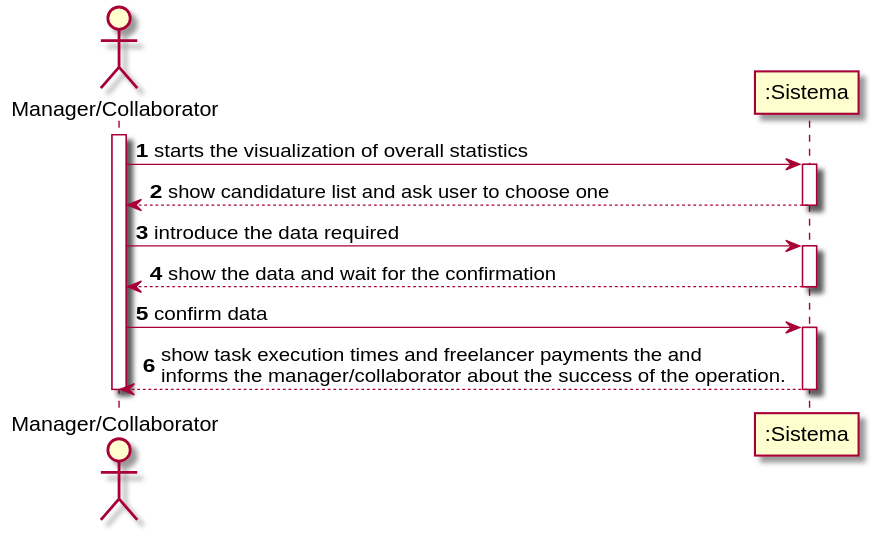
Before: docs/UC8 - Check Overall Statistics/UC8_SSD.svg, a diagram exported from PlantUML (1190452/LAPR2). Its diagram source:
```plantuml
@startuml
autonumber
actor "Manager/Collaborator" as MCO

participant ":Sistema" as SIST

activate MCO
MCO -> SIST : starts the visualization of overall statistics
activate SIST
SIST --> MCO : show candidature list and ask user to choose one
deactivate SIST

MCO -> SIST : introduce the data required
activate SIST
SIST --> MCO : show the data and wait for the confirmation
deactivate SIST

MCO -> SIST : confirm data
activate SIST
SIST --> MCO : show task execution times and freelancer payments the and \ninforms the manager/collaborator about the success of the operation.
deactivate SIST

deactivate MCO
@enduml
```
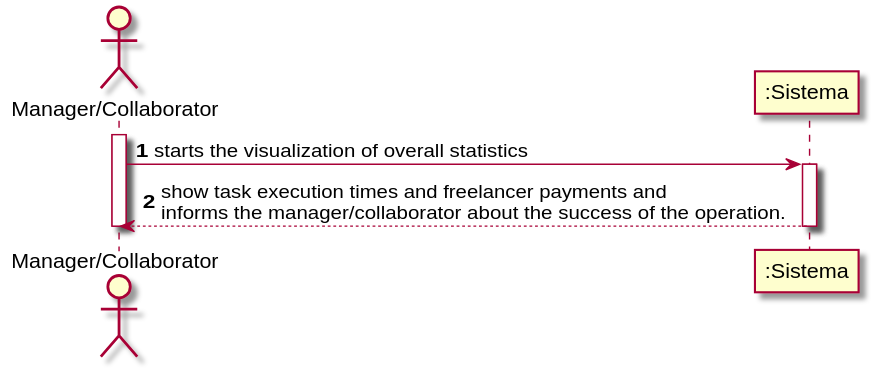
After the commit.

The edit, as a diff of the source:
```diff
@@ -6,18 +6,9 @@
 
 activate MCO
 MCO -> SIST : starts the visualization of overall statistics
+
 activate SIST
-SIST --> MCO : show candidature list and ask user to choose one
-deactivate SIST
-
-MCO -> SIST : introduce the data required
-activate SIST
-SIST --> MCO : show the data and wait for the confirmation
-deactivate SIST
-
-MCO -> SIST : confirm data
-activate SIST
-SIST --> MCO : show task execution times and freelancer payments the and \ninforms the manager/collaborator about the success of the operation.
+SIST --> MCO : show task execution times and freelancer payments and \ninforms the manager/collaborator about the success of the operation.
 deactivate SIST
 
 deactivate MCO
```
